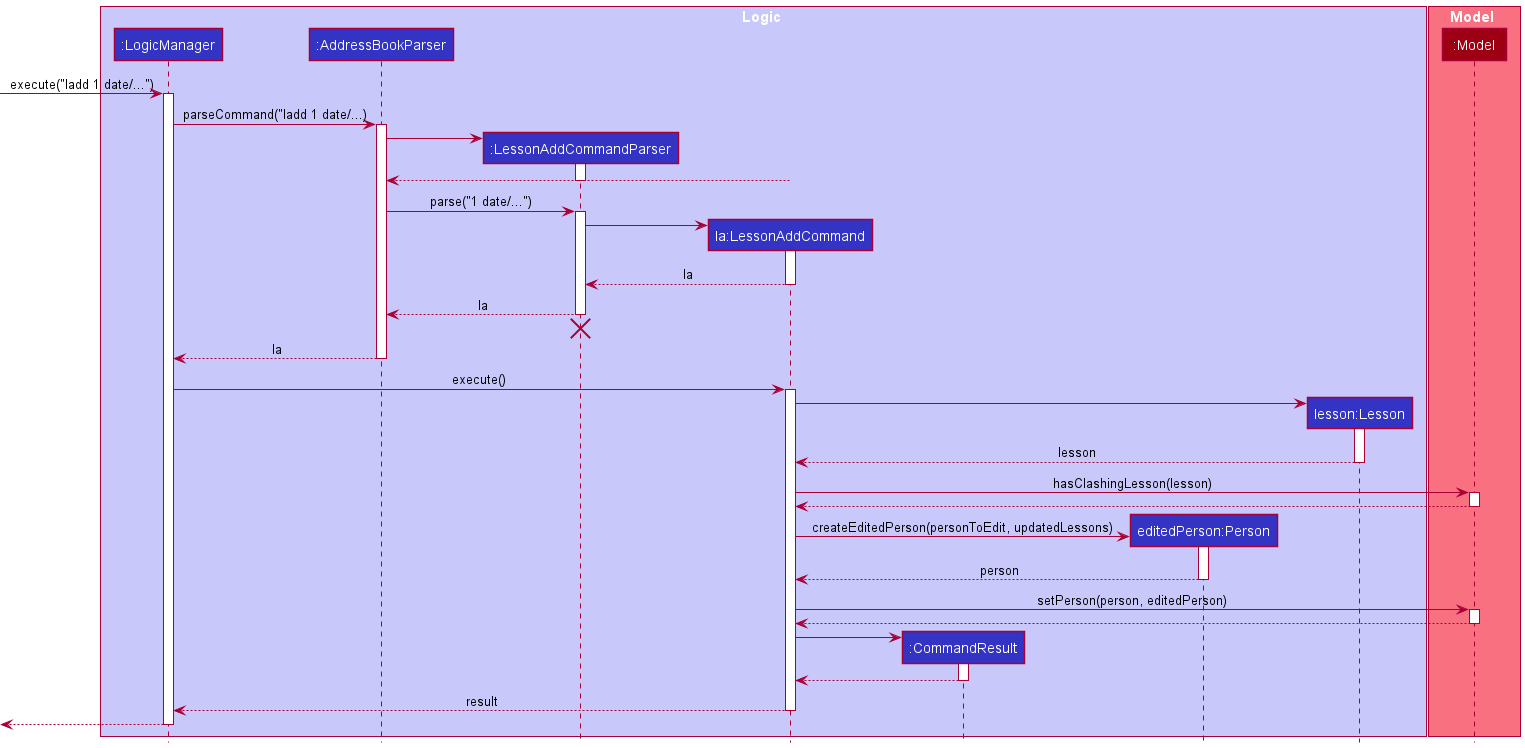
The PlantUML diagram docs/images/LessonAddSequenceDiagram.png in nus-cs2103-AY2122S1/tp, before a commit.
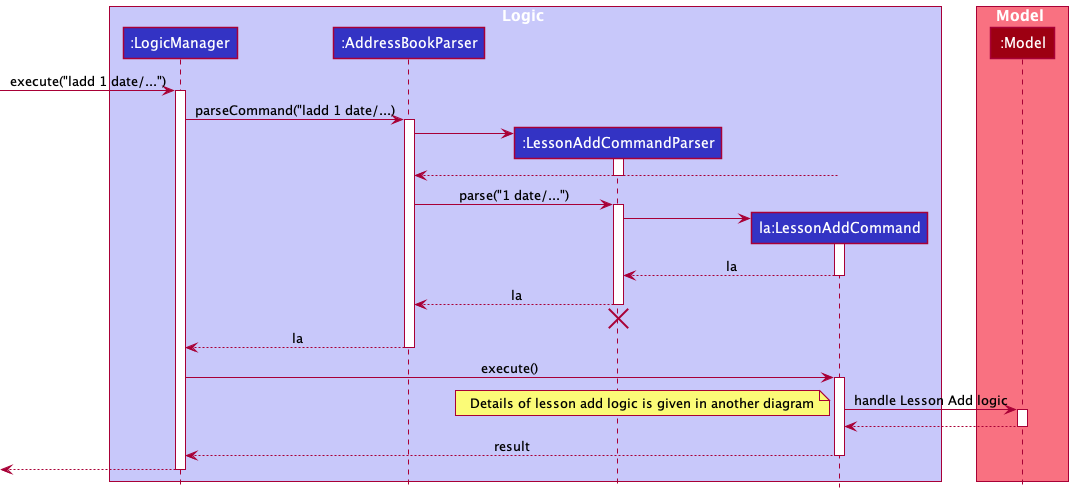
Above is the later version.

The edit, as a diff of the source:
```diff
@@ -6,9 +6,6 @@
 participant ":AddressBookParser" as AddressBookParser LOGIC_COLOR
 participant ":LessonAddCommandParser" as LessonAddCommandParser LOGIC_COLOR
 participant "la:LessonAddCommand" as LessonAddCommand LOGIC_COLOR
-participant ":CommandResult" as CommandResult LOGIC_COLOR
-participant "editedPerson:Person" as Person LOGIC_COLOR
-participant "lesson:Lesson" as Lesson LOGIC_COLOR
 
 end box
 
@@ -50,38 +47,15 @@
 LogicManager -> LessonAddCommand : execute()
 activate LessonAddCommand
 
-create Lesson
-LessonAddCommand -> Lesson
-activate Lesson
+LessonAddCommand -> Model : handle Lesson Add logic
+activate Model
 
-Lesson --> LessonAddCommand : lesson
-deactivate Lesson
-
-LessonAddCommand -> Model : hasClashingLesson(lesson)
-activate Model
+note bottom
+Details of lesson add logic is given in another diagram
+end note
 
 Model --> LessonAddCommand
 deactivate Model
-
-create Person
-LessonAddCommand -> Person : createEditedPerson(personToEdit, updatedLessons)
-activate Person
-
-Person --> LessonAddCommand : person
-deactivate Person
-
-LessonAddCommand -> Model : setPerson(person, editedPerson)
-activate Model
-
-Model --> LessonAddCommand
-deactivate Model
-
-create CommandResult
-LessonAddCommand -> CommandResult
-activate CommandResult
-
-CommandResult --> LessonAddCommand
-deactivate CommandResult
 
 LessonAddCommand --> LogicManager : result
 deactivate LessonAddCommand
```
